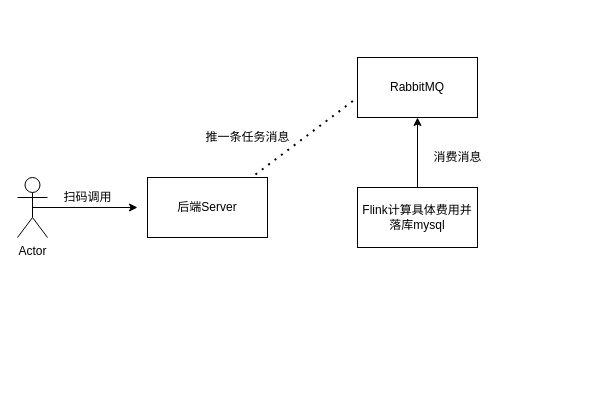
Above: current.drawio in Navven/Img (draw.io), before the change. Source tidied: cells renumbered, new cells numbered last; positions are measured from the earlier drawing's top-left corner, leaving out a move shared by most shapes. Both pictures are drawn from the tidied source at 100%, with x=0, y=0 at pixel (17, 57).
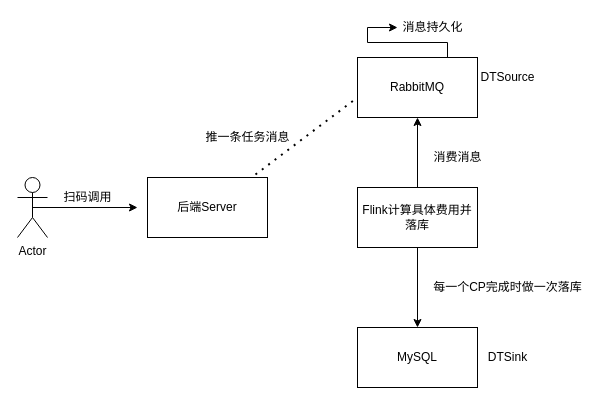
Above is the later version.

Unchanged cells that the change refers to:
```xml
<mxCell id="4" value="RabbitMQ" style="rounded=0;whiteSpace=wrap;html=1;" parent="1" vertex="1">
  <mxGeometry x="340" width="120" height="60" as="geometry" />
</mxCell>
```

What changed in the source:
```diff
@@
+    <mxCell id="12" style="edgeStyle=entityRelationEdgeStyle;rounded=0;jettySize=auto;html=1;exitX=0.5;exitY=0;exitDx=0;exitDy=0;" parent="1" edge="1" source="4">
+      <mxGeometry relative="1" as="geometry">
+        <mxPoint x="380" y="-30" as="targetPoint" />
+      </mxGeometry>
+    </mxCell>
@@
+    <mxCell id="13" style="edgeStyle=none;rounded=0;jettySize=auto;html=1;exitX=0.5;exitY=1;exitDx=0;exitDy=0;" parent="1" edge="1" source="5" target="15">
+      <mxGeometry relative="1" as="geometry" />
+    </mxCell>
-    <mxCell id="5" value="Flink计算具体费用并落库mysql" style="rounded=0;whiteSpace=wrap;html=1;" parent="1" vertex="1">
+    <mxCell id="5" value="Flink计算具体费用并落库" style="rounded=0;whiteSpace=wrap;html=1;" parent="1" vertex="1">
       <mxGeometry x="340" y="130" width="120" height="60" as="geometry" />
     </mxCell>
@@
+    <mxCell id="14" value="DTSource" style="text;html=1;align=center;verticalAlign=middle;strokeColor=none;fillColor=none;" parent="1" vertex="1">
+      <mxGeometry x="455" y="10" width="70" height="20" as="geometry" />
+    </mxCell>
+    <mxCell id="15" value="MySQL" style="rounded=0;whiteSpace=wrap;html=1;" parent="1" vertex="1">
+      <mxGeometry x="340" y="270" width="120" height="60" as="geometry" />
+    </mxCell>
+    <mxCell id="16" value="DTSink" style="text;html=1;align=center;verticalAlign=middle;strokeColor=none;fillColor=none;" parent="1" vertex="1">
+      <mxGeometry x="465" y="290" width="50" height="20" as="geometry" />
+    </mxCell>
+    <mxCell id="17" value="每一个CP完成时做一次落库" style="text;html=1;align=center;verticalAlign=middle;strokeColor=none;fillColor=none;" parent="1" vertex="1">
+      <mxGeometry x="410" y="220" width="160" height="20" as="geometry" />
+    </mxCell>
+    <mxCell id="18" value="消息持久化" style="text;html=1;align=center;verticalAlign=middle;strokeColor=none;fillColor=none;" parent="1" vertex="1">
+      <mxGeometry x="375" y="-40" width="80" height="20" as="geometry" />
+    </mxCell>
```
